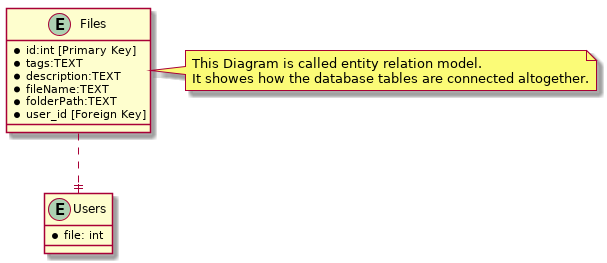
Before: fileER/fileER.png, a diagram exported from PlantUML (Maytastico/macaronipanel-development). The source it was exported from:
```plantuml
@startuml
entity Files{
       *id:int [Primary Key]
       *tags:TEXT
       *description:TEXT
       *fileName:TEXT
       *folderPath:TEXT
       *user_id [Foreign Key]
   }

   entity Users{
       *file: int
   }

   Files ..|| Users

   note right of Files
       This Diagram is called entity relation model.
       It showes how the database tables are connected altogether.
   end note
@enduml
```
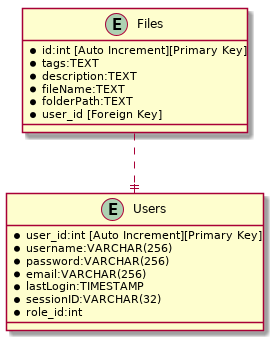
Later version of the same file.

What changed in the source:
```diff
@@ -1,6 +1,6 @@
 @startuml
 entity Files{
-       *id:int [Primary Key]
+       *id:int [Auto Increment][Primary Key]
        *tags:TEXT
        *description:TEXT
        *fileName:TEXT
@@ -9,13 +9,14 @@
    }
 
    entity Users{
-       *file: int
+       *user_id:int [Auto Increment][Primary Key]
+       *username:VARCHAR(256)
+       *password:VARCHAR(256)
+       *email:VARCHAR(256)
+       *lastLogin:TIMESTAMP
+       *sessionID:VARCHAR(32)
+       *role_id:int
    }
 
    Files ..|| Users
-
-   note right of Files
-       This Diagram is called entity relation model.
-       It showes how the database tables are connected altogether.
-   end note
 @enduml
```
